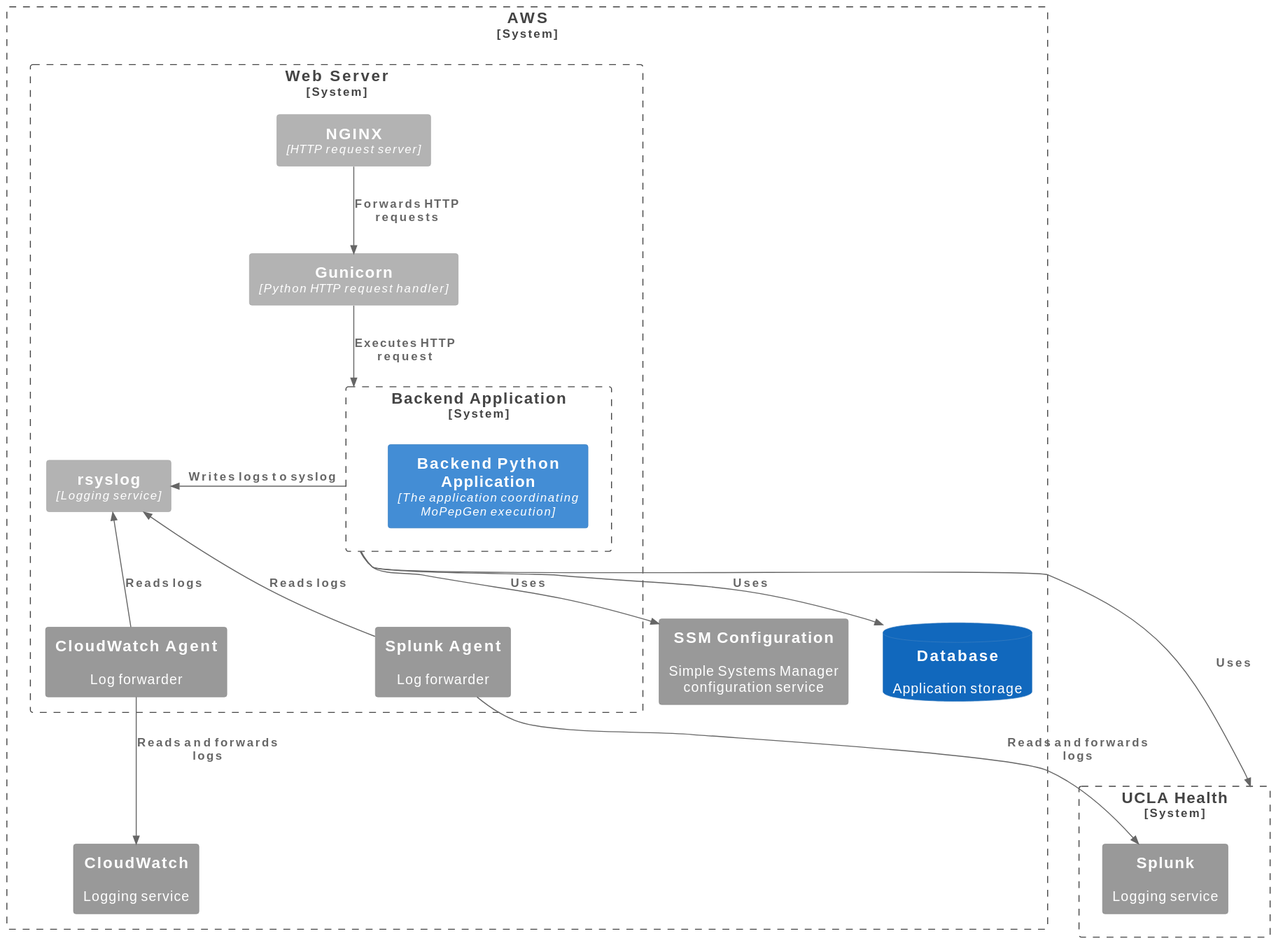
Before: docs/webapp/web server.svg, a diagram exported from PlantUML (uclahs-cds/package-moPepGen).
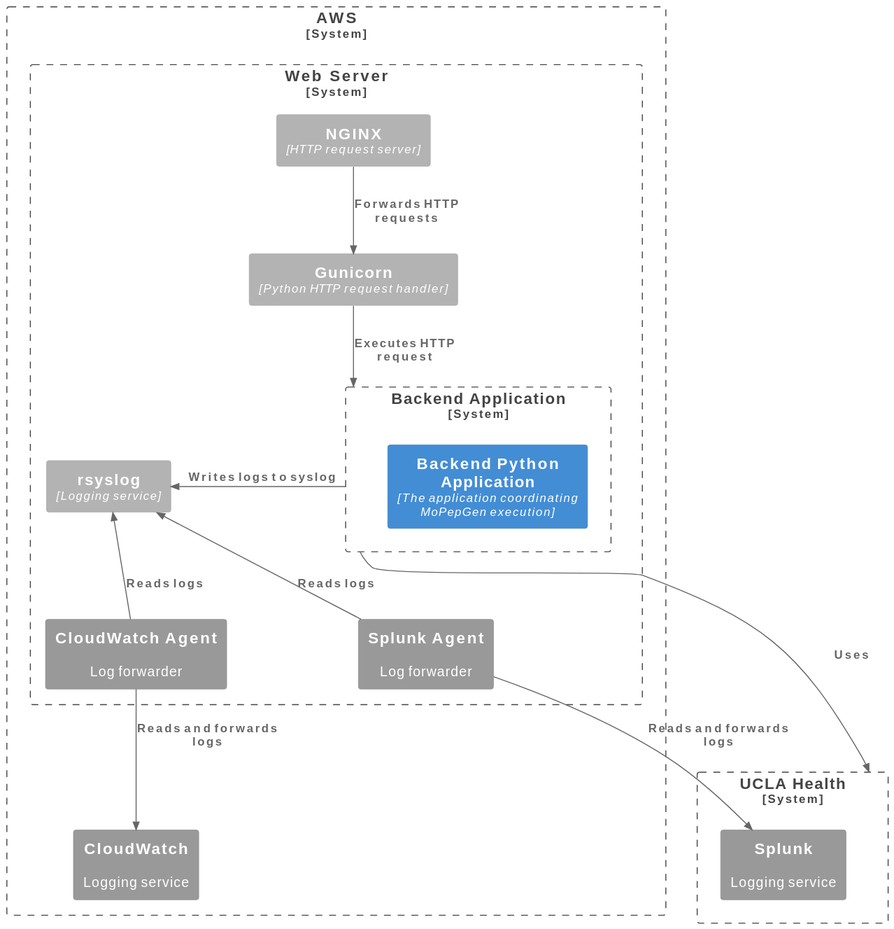
After the commit.

Diff of the diagram source:
```diff
@@ -31,12 +31,7 @@
         System_Ext(CloudWatchAgent, "CloudWatch Agent", "Log forwarder")
         System_Ext(SplunkAgent, "Splunk Agent", "Log forwarder")
     }
-    System_Ext(SSMConfiguration, "SSM Configuration", "Simple Systems Manager configuration service")
-    SystemDb(Database, "Database", "Application storage")
     System_Ext(CloudWatch, "CloudWatch", "Logging service")
-
-    Rel(BackendApplication, Database, "Uses")
-    Rel(BackendApplication, SSMConfiguration, "Uses")
 
     Rel(NGINX, Gunicorn, "Forwards HTTP requests")
     Rel(Gunicorn, BackendApplication, "Executes HTTP request")
@@ -49,4 +44,6 @@
 }
 Rel(BackendApplication, UCLAHS, "Uses")
 Rel(SplunkAgent, Splunk, "Reads and forwards logs")
+
+url of BackendPythonApplication is [["./backend application.svg"]]
 @enduml
```
